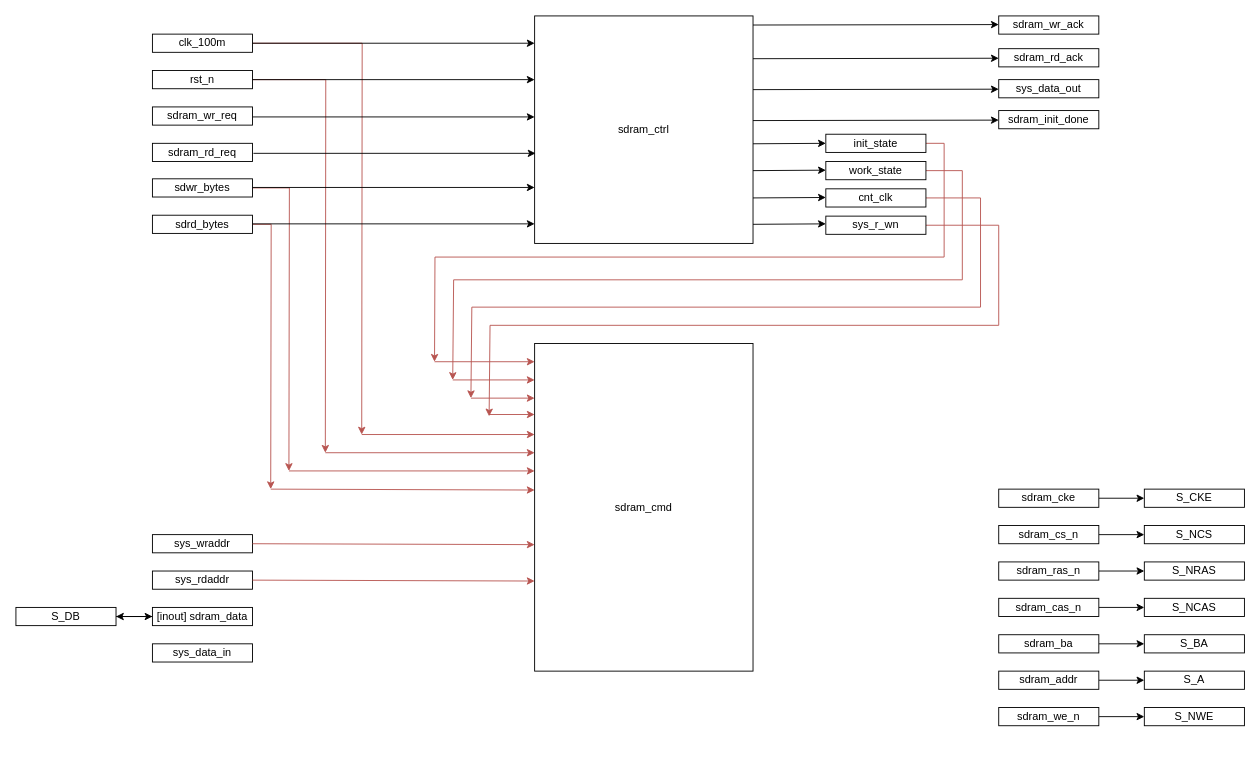
Before: hardware/sdram_ctrl.drawio in Manistein/let-us-build-a-computer-system, a draw.io diagram. Source tidied: cells renumbered, new cells numbered last; positions are measured from the earlier drawing's top-left corner, leaving out a move shared by most shapes. Both pictures are drawn from the tidied source at 91%, with x=0, y=0 at pixel (15, 15).
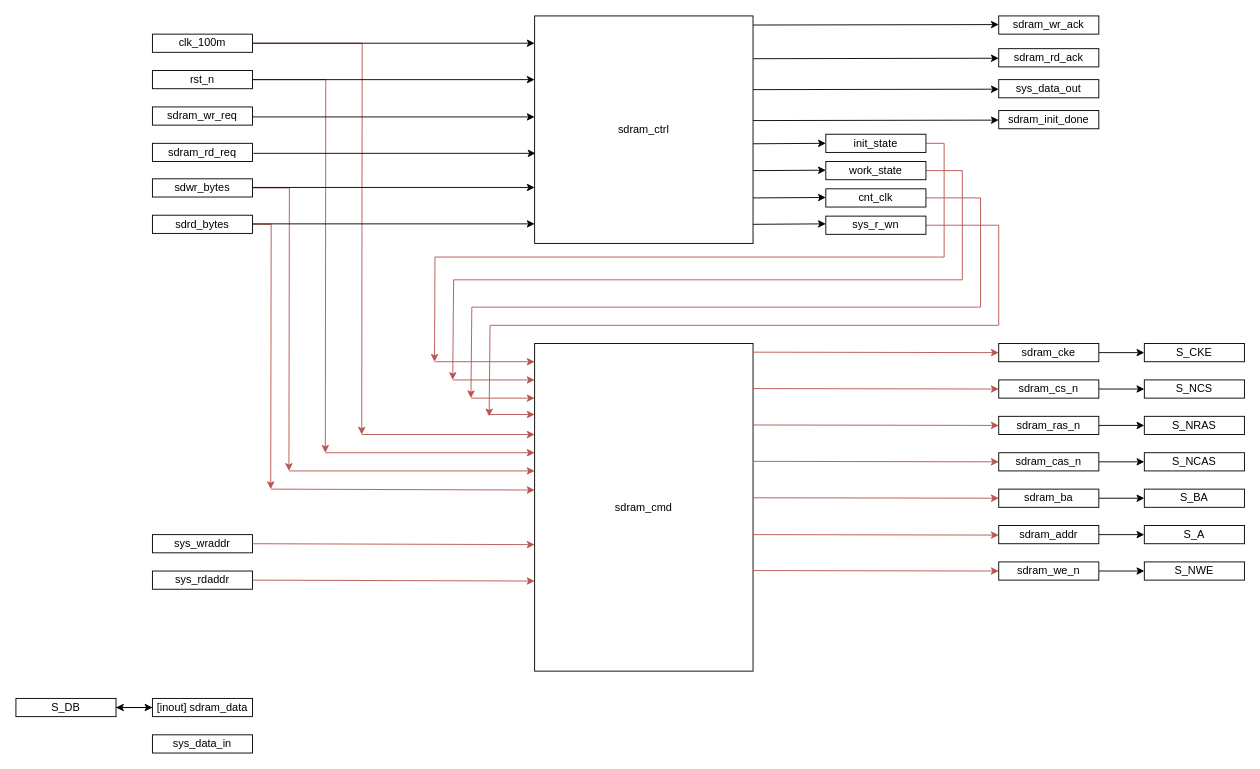
Above is the later version.

What changed in the source:
```diff
@@
     <mxCell id="16" value="[inout] sdram_data" style="rounded=0;whiteSpace=wrap;html=1;" parent="1" vertex="1">
-      <mxGeometry x="150" y="650" width="110" height="20" as="geometry" />
+      <mxGeometry x="150" y="750" width="110" height="20" as="geometry" />
     </mxCell>
@@
     <mxCell id="22" value="sdram_cke" style="rounded=0;whiteSpace=wrap;html=1;" parent="1" vertex="1">
-      <mxGeometry x="1080" y="520" width="110" height="20" as="geometry" />
+      <mxGeometry x="1080" y="360" width="110" height="20" as="geometry" />
     </mxCell>
@@
     <mxCell id="24" value="sdram_cs_n" style="rounded=0;whiteSpace=wrap;html=1;" parent="1" vertex="1">
-      <mxGeometry x="1080" y="560" width="110" height="20" as="geometry" />
+      <mxGeometry x="1080" y="400" width="110" height="20" as="geometry" />
     </mxCell>
@@
     <mxCell id="26" value="sdram_ras_n" style="rounded=0;whiteSpace=wrap;html=1;" parent="1" vertex="1">
-      <mxGeometry x="1080" y="600" width="110" height="20" as="geometry" />
+      <mxGeometry x="1080" y="440" width="110" height="20" as="geometry" />
     </mxCell>
@@
     <mxCell id="28" value="sdram_cas_n" style="rounded=0;whiteSpace=wrap;html=1;" parent="1" vertex="1">
-      <mxGeometry x="1080" y="640" width="110" height="20" as="geometry" />
+      <mxGeometry x="1080" y="480" width="110" height="20" as="geometry" />
     </mxCell>
@@
     <mxCell id="30" value="sdram_ba" style="rounded=0;whiteSpace=wrap;html=1;" parent="1" vertex="1">
-      <mxGeometry x="1080" y="680" width="110" height="20" as="geometry" />
+      <mxGeometry x="1080" y="520" width="110" height="20" as="geometry" />
     </mxCell>
@@
     <mxCell id="32" value="sdram_addr" style="rounded=0;whiteSpace=wrap;html=1;" parent="1" vertex="1">
-      <mxGeometry x="1080" y="720" width="110" height="20" as="geometry" />
+      <mxGeometry x="1080" y="560" width="110" height="20" as="geometry" />
     </mxCell>
     <mxCell id="33" value="sys_data_in" style="rounded=0;whiteSpace=wrap;html=1;" parent="1" vertex="1">
-      <mxGeometry x="150" y="690" width="110" height="20" as="geometry" />
+      <mxGeometry x="150" y="790" width="110" height="20" as="geometry" />
     </mxCell>
@@
     <mxCell id="45" value="sdram_we_n" style="rounded=0;whiteSpace=wrap;html=1;" parent="1" vertex="1">
-      <mxGeometry x="1080" y="760" width="110" height="20" as="geometry" />
+      <mxGeometry x="1080" y="600" width="110" height="20" as="geometry" />
     </mxCell>
     <mxCell id="46" value="S_A" style="rounded=0;whiteSpace=wrap;html=1;" parent="1" vertex="1">
-      <mxGeometry x="1240" y="720" width="110" height="20" as="geometry" />
+      <mxGeometry x="1240" y="560" width="110" height="20" as="geometry" />
     </mxCell>
     <mxCell id="47" value="S_BA" style="rounded=0;whiteSpace=wrap;html=1;" parent="1" vertex="1">
-      <mxGeometry x="1240" y="680" width="110" height="20" as="geometry" />
+      <mxGeometry x="1240" y="520" width="110" height="20" as="geometry" />
     </mxCell>
@@
     <mxCell id="49" value="S_DB" style="rounded=0;whiteSpace=wrap;html=1;" parent="1" vertex="1">
-      <mxGeometry y="650" width="110" height="20" as="geometry" />
+      <mxGeometry y="750" width="110" height="20" as="geometry" />
     </mxCell>
     <mxCell id="50" value="S_NCAS" style="rounded=0;whiteSpace=wrap;html=1;" parent="1" vertex="1">
-      <mxGeometry x="1240" y="640" width="110" height="20" as="geometry" />
+      <mxGeometry x="1240" y="480" width="110" height="20" as="geometry" />
     </mxCell>
     <mxCell id="51" value="S_NRAS" style="rounded=0;whiteSpace=wrap;html=1;" parent="1" vertex="1">
-      <mxGeometry x="1240" y="600" width="110" height="20" as="geometry" />
+      <mxGeometry x="1240" y="440" width="110" height="20" as="geometry" />
     </mxCell>
     <mxCell id="52" value="S_NWE" style="rounded=0;whiteSpace=wrap;html=1;" parent="1" vertex="1">
-      <mxGeometry x="1240" y="760" width="110" height="20" as="geometry" />
+      <mxGeometry x="1240" y="600" width="110" height="20" as="geometry" />
     </mxCell>
     <mxCell id="53" value="S_NCS" style="rounded=0;whiteSpace=wrap;html=1;" parent="1" vertex="1">
-      <mxGeometry x="1240" y="560" width="110" height="20" as="geometry" />
+      <mxGeometry x="1240" y="400" width="110" height="20" as="geometry" />
     </mxCell>
     <mxCell id="54" value="S_CKE" style="rounded=0;whiteSpace=wrap;html=1;" parent="1" vertex="1">
-      <mxGeometry x="1240" y="520" width="110" height="20" as="geometry" />
+      <mxGeometry x="1240" y="360" width="110" height="20" as="geometry" />
     </mxCell>
@@
+    <mxCell id="78" style="endArrow=classic;html=1;rounded=0;entryX=0;entryY=0.5;entryDx=0;entryDy=0;fillColor=#f8cecc;strokeColor=#b85450;" parent="1" edge="1" target="22">
+      <mxGeometry relative="1" as="geometry">
+        <mxPoint x="810" y="369.5" as="sourcePoint" />
+      </mxGeometry>
+    </mxCell>
+    <mxCell id="79" style="endArrow=classic;html=1;rounded=0;entryX=0;entryY=0.5;entryDx=0;entryDy=0;fillColor=#f8cecc;strokeColor=#b85450;" parent="1" edge="1">
+      <mxGeometry relative="1" as="geometry">
+        <mxPoint x="810" y="409.5" as="sourcePoint" />
+        <mxPoint x="1080" y="410" as="targetPoint" />
+      </mxGeometry>
+    </mxCell>
+    <mxCell id="80" style="endArrow=classic;html=1;rounded=0;entryX=0;entryY=0.5;entryDx=0;entryDy=0;fillColor=#f8cecc;strokeColor=#b85450;" parent="1" edge="1">
+      <mxGeometry relative="1" as="geometry">
+        <mxPoint x="810" y="449.5" as="sourcePoint" />
+        <mxPoint x="1080" y="450" as="targetPoint" />
+      </mxGeometry>
+    </mxCell>
+    <mxCell id="81" style="endArrow=classic;html=1;rounded=0;entryX=0;entryY=0.5;entryDx=0;entryDy=0;fillColor=#f8cecc;strokeColor=#b85450;" parent="1" edge="1">
+      <mxGeometry relative="1" as="geometry">
+        <mxPoint x="810" y="489.5" as="sourcePoint" />
+        <mxPoint x="1080" y="490" as="targetPoint" />
+      </mxGeometry>
+    </mxCell>
+    <mxCell id="82" style="endArrow=classic;html=1;rounded=0;entryX=0;entryY=0.5;entryDx=0;entryDy=0;fillColor=#f8cecc;strokeColor=#b85450;" parent="1" edge="1">
+      <mxGeometry relative="1" as="geometry">
+        <mxPoint x="810" y="529.5" as="sourcePoint" />
+        <mxPoint x="1080" y="530" as="targetPoint" />
+      </mxGeometry>
+    </mxCell>
+    <mxCell id="83" style="endArrow=classic;html=1;rounded=0;entryX=0;entryY=0.5;entryDx=0;entryDy=0;fillColor=#f8cecc;strokeColor=#b85450;" parent="1" edge="1">
+      <mxGeometry relative="1" as="geometry">
+        <mxPoint x="810" y="570" as="sourcePoint" />
+        <mxPoint x="1080" y="570.5" as="targetPoint" />
+      </mxGeometry>
+    </mxCell>
+    <mxCell id="84" style="endArrow=classic;html=1;rounded=0;entryX=0;entryY=0.5;entryDx=0;entryDy=0;fillColor=#f8cecc;strokeColor=#b85450;" parent="1" edge="1">
+      <mxGeometry relative="1" as="geometry">
+        <mxPoint x="810" y="609.5" as="sourcePoint" />
+        <mxPoint x="1080" y="610" as="targetPoint" />
+      </mxGeometry>
+    </mxCell>
```
